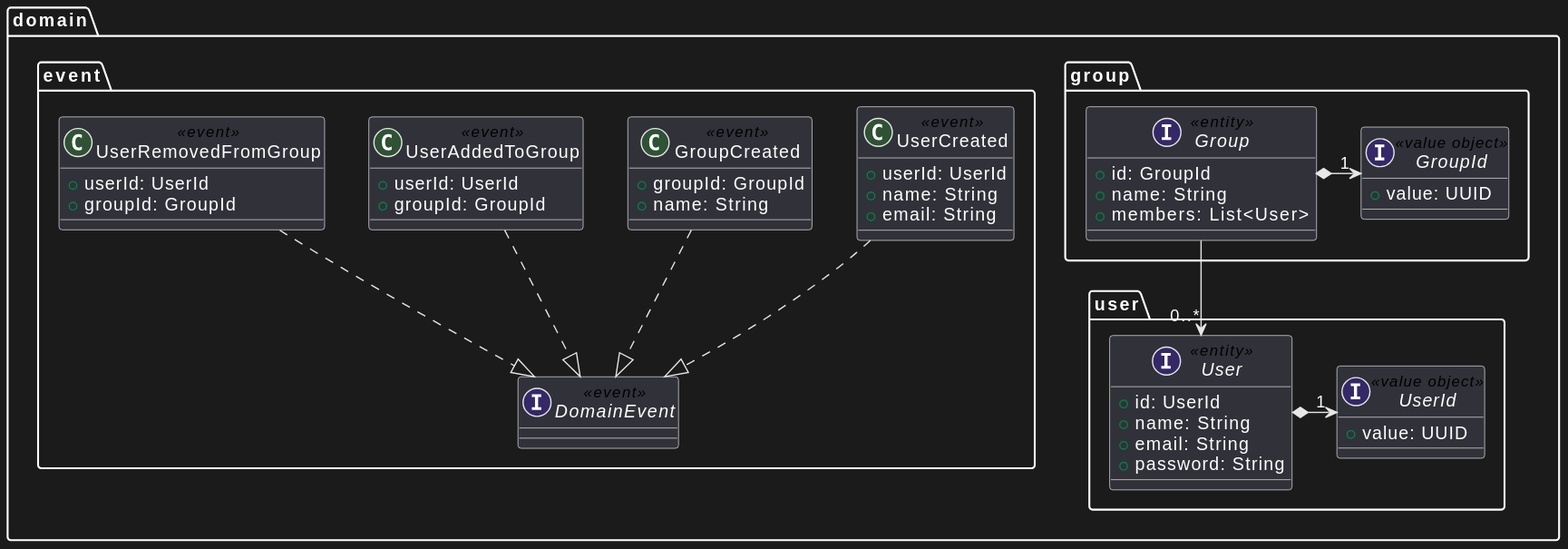
position-pal/position-pal.github.io keeps this PlantUML diagram as res/user-group-service-structure-dark.svg. Above is the earlier version. Its diagram source:
```plantuml
@startuml
package domain {
  package user {
    interface User <<entity>> {
      + id: UserId
      + name: String
      + email: String
      + password: String
    }
    interface UserId <<value object>> {
      + value: UUID
    }
    User *-right-> "1" UserId
  }

  package group {
    interface Group <<entity>> {
      + id: GroupId
      + name: String
      + members: List<User>
    }
    interface GroupId <<value object>> {
      + value: UUID
    }
    Group *-right-> "1" GroupId
    Group --> "0..*" User
  }

  package event {
    interface DomainEvent <<event>> {
    }

    class UserCreated <<event>> {
      + userId: UserId
      + name: String
      + email: String
    }
    class GroupCreated <<event>> {
      + groupId: GroupId
      + name: String
    }
    class UserAddedToGroup <<event>> {
      + userId: UserId
      + groupId: GroupId
    }
    class UserRemovedFromGroup <<event>> {
      + userId: UserId
      + groupId: GroupId
    }

    UserCreated ..|> DomainEvent
    GroupCreated ..|> DomainEvent
    UserAddedToGroup ..|> DomainEvent
    UserRemovedFromGroup ..|> DomainEvent
  }
}
@enduml
```
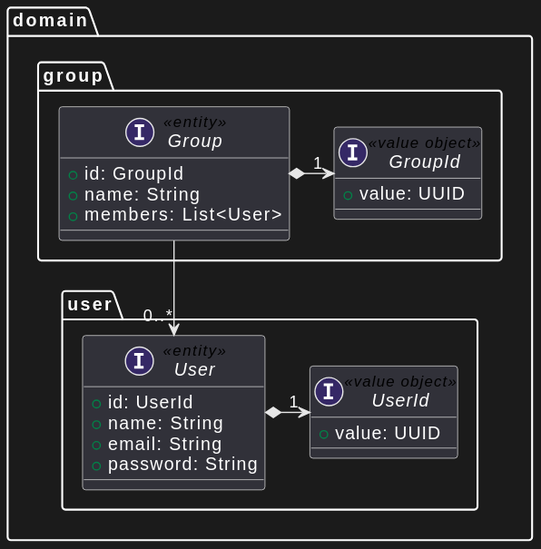
Above is the later version.

Diff of the diagram source:
```diff
@@ -25,33 +25,5 @@
     Group *-right-> "1" GroupId
     Group --> "0..*" User
   }
-
-  package event {
-    interface DomainEvent <<event>> {
-    }
-
-    class UserCreated <<event>> {
-      + userId: UserId
-      + name: String
-      + email: String
-    }
-    class GroupCreated <<event>> {
-      + groupId: GroupId
-      + name: String
-    }
-    class UserAddedToGroup <<event>> {
-      + userId: UserId
-      + groupId: GroupId
-    }
-    class UserRemovedFromGroup <<event>> {
-      + userId: UserId
-      + groupId: GroupId
-    }
-
-    UserCreated ..|> DomainEvent
-    GroupCreated ..|> DomainEvent
-    UserAddedToGroup ..|> DomainEvent
-    UserRemovedFromGroup ..|> DomainEvent
-  }
 }
 @enduml
```
